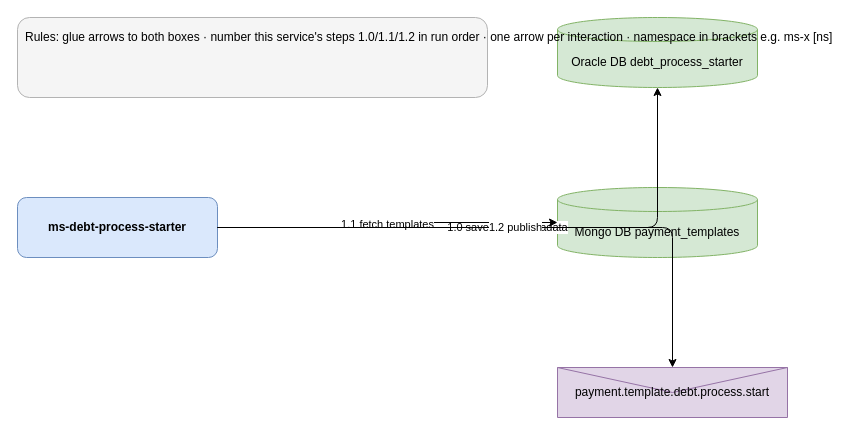
This is sample-hld.drawio from ulvhi/archdrift, a draw.io file, before an edit. Source tidied: cells renumbered, new cells numbered last; positions are measured from the earlier drawing's top-left corner, leaving out a move shared by most shapes. Both pictures are drawn from the tidied source at 100%, with x=0, y=0 at pixel (17, 17).
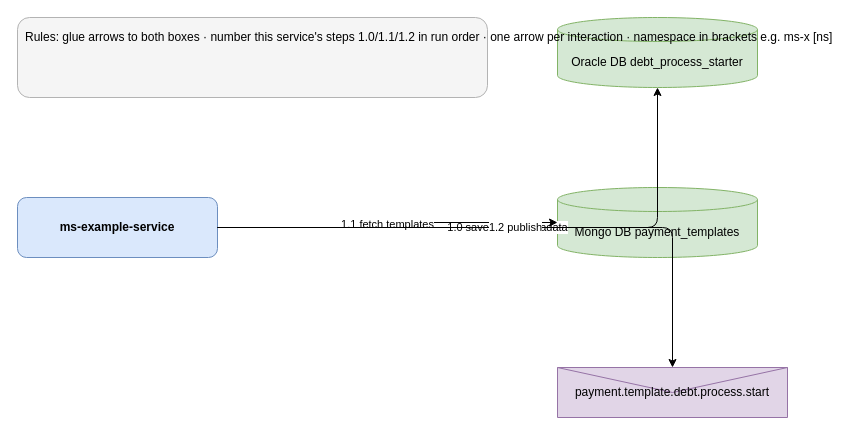
The same diagram, later.

Diff of the diagram source:
```diff
@@
 <mxGraphModel>
   <root>
     <mxCell id="0" />
     <mxCell id="1" parent="0" />
-    <mxCell id="2" value="ms-debt-process-starter" style="rounded=1;whiteSpace=wrap;html=1;fillColor=#dae8fc;strokeColor=#6c8ebf;fontStyle=1;" parent="1" vertex="1">
+    <mxCell id="2" value="ms-example-service" style="rounded=1;whiteSpace=wrap;html=1;fillColor=#dae8fc;strokeColor=#6c8ebf;fontStyle=1;" parent="1" vertex="1">
       <mxGeometry y="180" width="200" height="60" as="geometry" />
     </mxCell>
     <mxCell id="3" value="Oracle DB debt_process_starter" style="shape=cylinder3;whiteSpace=wrap;html=1;boundedLbl=1;backgroundOutline=1;size=12;fillColor=#d5e8d4;strokeColor=#82b366;" parent="1" vertex="1">
       <mxGeometry x="540" width="200" height="70" as="geometry" />
     </mxCell>
     <mxCell id="4" value="Mongo DB payment_templates" style="shape=cylinder3;whiteSpace=wrap;html=1;boundedLbl=1;backgroundOutline=1;size=12;fillColor=#d5e8d4;strokeColor=#82b366;" parent="1" vertex="1">
       <mxGeometry x="540" y="170" width="200" height="70" as="geometry" />
     </mxCell>
     <mxCell id="5" value="payment.template.debt.process.start" style="shape=message;whiteSpace=wrap;html=1;fillColor=#e1d5e7;strokeColor=#9673a6;" parent="1" vertex="1">
       <mxGeometry x="540" y="350" width="230" height="50" as="geometry" />
     </mxCell>
     <mxCell id="6" value="1.0 save batch metadata" style="edgeStyle=orthogonalEdgeStyle;rounded=1;html=1;" parent="1" edge="1" source="2" target="3">
       <mxGeometry relative="1" as="geometry" />
     </mxCell>
     <mxCell id="7" value="1.1 fetch templates" style="edgeStyle=orthogonalEdgeStyle;rounded=1;html=1;" parent="1" edge="1" source="2" target="4">
       <mxGeometry relative="1" as="geometry" />
     </mxCell>
     <mxCell id="8" value="1.2 publish" style="edgeStyle=orthogonalEdgeStyle;rounded=1;html=1;" parent="1" edge="1" source="2" target="5">
       <mxGeometry relative="1" as="geometry" />
     </mxCell>
     <mxCell id="9" value="Rules: glue arrows to both boxes · number this service's steps 1.0/1.1/1.2 in run order · one arrow per interaction · namespace in brackets e.g. ms-x [ns]" style="text;html=1;align=left;fillColor=#f5f5f5;strokeColor=#b3b3b3;rounded=1;spacing=8;" parent="1" vertex="1">
       <mxGeometry width="470" height="80" as="geometry" />
     </mxCell>
   </root>
 </mxGraphModel>
```
